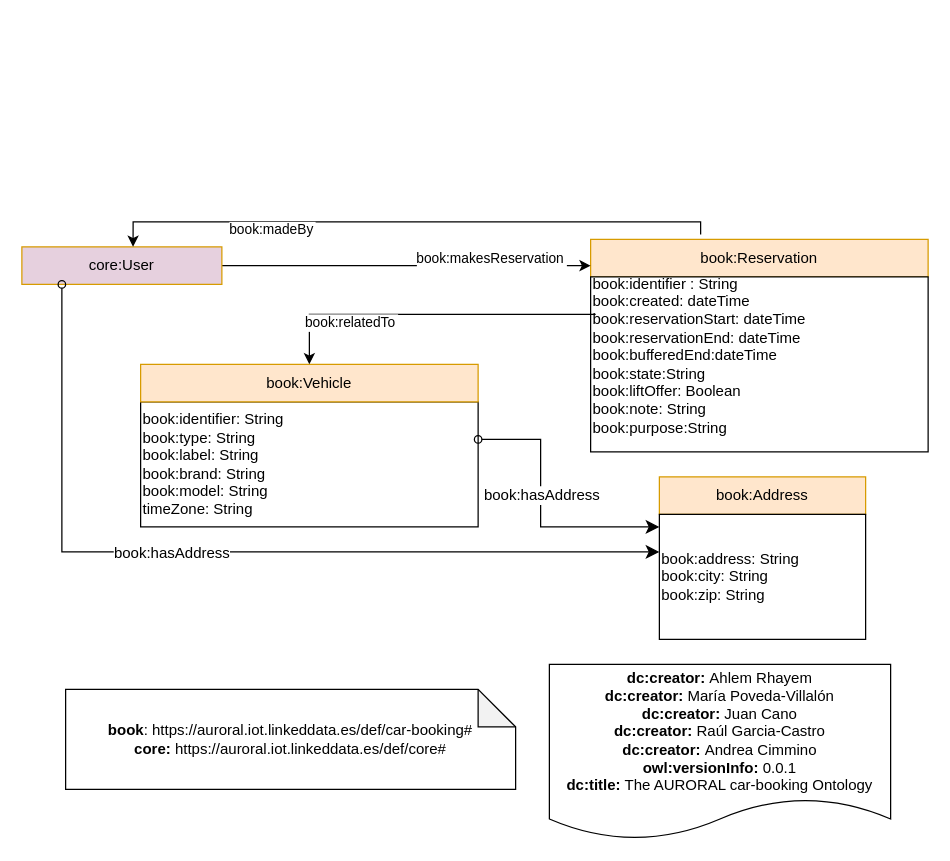
Above: diagrams/reservation.drawio in oeg-upm/auroral-Car-booking-ontology (draw.io), before the change. Source tidied: cells renumbered, new cells numbered last; positions are measured from the earlier drawing's top-left corner, leaving out a move shared by most shapes. Both pictures are drawn from the tidied source at 125%, with x=0, y=0 at pixel (21, 221).
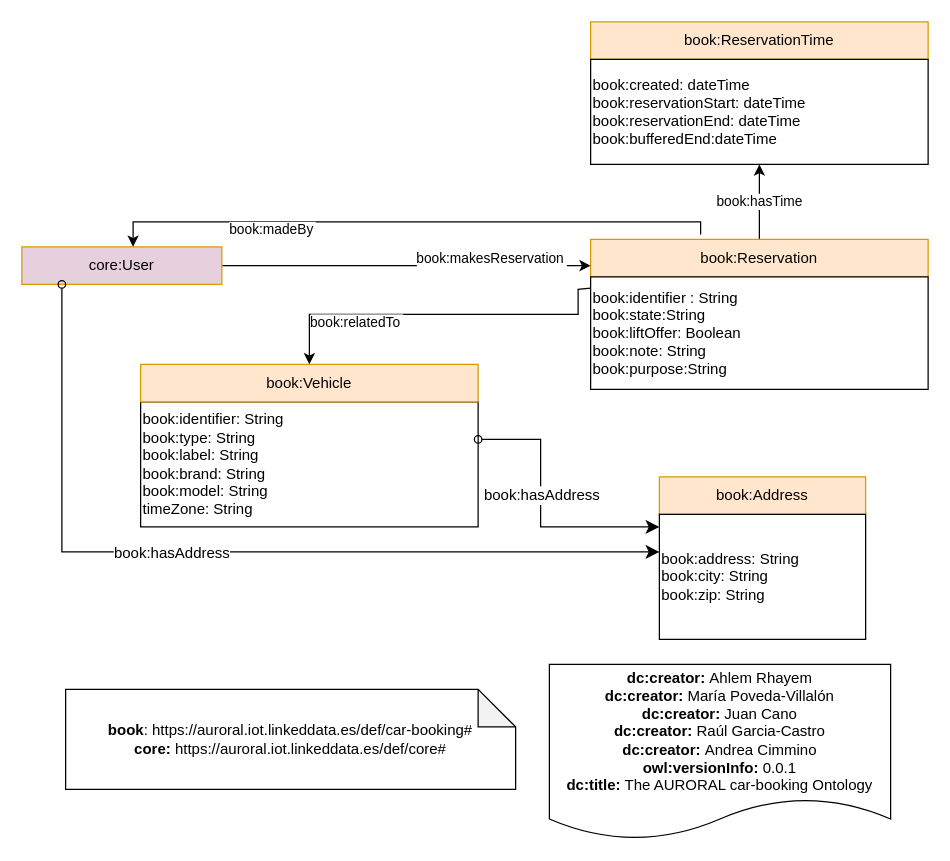
The same page after the edit.

The change refers to these unchanged cells:
```xml
<mxCell id="5" value="book:Vehicle" style="rounded=0;whiteSpace=wrap;html=1;snapToPoint=1;points=[[0.1,0],[0.2,0],[0.3,0],[0.4,0],[0.5,0],[0.6,0],[0.7,0],[0.8,0],[0.9,0],[0,0.1],[0,0.3],[0,0.5],[0,0.7],[0,0.9],[0.1,1],[0.2,1],[0.3,1],[0.4,1],[0.5,1],[0.6,1],[0.7,1],[0.8,1],[0.9,1],[1,0.1],[1,0.3],[1,0.5],[1,0.7],[1,0.9]];fillColor=#ffe6cc;strokeColor=#d79b00;shadow=0;" parent="1" vertex="1">
  <mxGeometry x="95" y="114" width="270" height="30" as="geometry" />
</mxCell>
<mxCell id="6" value="book:Reservation" style="rounded=0;whiteSpace=wrap;html=1;snapToPoint=1;points=[[0.1,0],[0.2,0],[0.3,0],[0.4,0],[0.5,0],[0.6,0],[0.7,0],[0.8,0],[0.9,0],[0,0.1],[0,0.3],[0,0.5],[0,0.7],[0,0.9],[0.1,1],[0.2,1],[0.3,1],[0.4,1],[0.5,1],[0.6,1],[0.7,1],[0.8,1],[0.9,1],[1,0.1],[1,0.3],[1,0.5],[1,0.7],[1,0.9]];fillColor=#ffe6cc;strokeColor=#d79b00;shadow=0;" parent="1" vertex="1">
  <mxGeometry x="455" y="14" width="270" height="30" as="geometry" />
</mxCell>
```

Diff of the diagram source:
```diff
@@
+    <mxCell id="18" value="book:hasTime" style="edgeStyle=orthogonalEdgeStyle;rounded=0;jettySize=auto;html=1;" parent="1" edge="1" source="6" target="20">
+      <mxGeometry relative="1" as="geometry" />
+    </mxCell>
@@
-    <mxCell id="8" value="book:identifier : String&lt;br&gt;book:created: dateTime&lt;br&gt;book:reservationStart: dateTime&lt;br&gt;book:reservationEnd: dateTime&lt;br&gt;book:bufferedEnd:dateTime&lt;br&gt;book:state:String&lt;br&gt;book:liftOffer: Boolean&lt;br&gt;book:note: String&lt;br&gt;book:purpose:String&lt;br&gt;&amp;nbsp;" style="rounded=0;whiteSpace=wrap;html=1;snapToPoint=1;points=[[0.1,0],[0.2,0],[0.3,0],[0.4,0],[0.5,0],[0.6,0],[0.7,0],[0.8,0],[0.9,0],[0,0.1],[0,0.3],[0,0.5],[0,0.7],[0,0.9],[0.1,1],[0.2,1],[0.3,1],[0.4,1],[0.5,1],[0.6,1],[0.7,1],[0.8,1],[0.9,1],[1,0.1],[1,0.3],[1,0.5],[1,0.7],[1,0.9]];align=left;" parent="1" vertex="1">
-      <mxGeometry x="455" y="44" width="270" height="140" as="geometry" />
+    <mxCell id="8" value="book:identifier : String&lt;br&gt;book:state:String&lt;br&gt;book:liftOffer: Boolean&lt;br&gt;book:note: String&lt;br&gt;book:purpose:String" style="rounded=0;whiteSpace=wrap;html=1;snapToPoint=1;points=[[0.1,0],[0.2,0],[0.3,0],[0.4,0],[0.5,0],[0.6,0],[0.7,0],[0.8,0],[0.9,0],[0,0.1],[0,0.3],[0,0.5],[0,0.7],[0,0.9],[0.1,1],[0.2,1],[0.3,1],[0.4,1],[0.5,1],[0.6,1],[0.7,1],[0.8,1],[0.9,1],[1,0.1],[1,0.3],[1,0.5],[1,0.7],[1,0.9]];align=left;" parent="1" vertex="1">
+      <mxGeometry x="455" y="44" width="270" height="90" as="geometry" />
     </mxCell>
@@
-    <mxCell id="10" value="book:relatedTo" style="edgeStyle=orthogonalEdgeStyle;rounded=0;jettySize=auto;endArrow=classic;endFill=1;exitX=0.015;exitY=0.214;exitDx=0;exitDy=0;exitPerimeter=0;" parent="1" edge="1" source="8" target="5">
+    <mxCell id="10" value="book:relatedTo" style="edgeStyle=orthogonalEdgeStyle;rounded=0;jettySize=auto;endArrow=classic;endFill=1;" parent="1" edge="1" source="8" target="5">
       <mxGeometry x="0.46" y="6" relative="1" as="geometry">
         <Array as="points">
+          <mxPoint x="445" y="54" />
+          <mxPoint x="445" y="74" />
           <mxPoint x="230" y="74" />
         </Array>
       </mxGeometry>
     </mxCell>
@@
+    <mxCell id="19" value="book:ReservationTime" style="rounded=0;whiteSpace=wrap;html=1;fillColor=#ffe6cc;strokeColor=#d79b00;shadow=0;" parent="1" vertex="1">
+      <mxGeometry x="455" y="-160" width="270" height="30" as="geometry" />
+    </mxCell>
+    <mxCell id="20" value="&lt;span&gt;book:created: dateTime&lt;/span&gt;&lt;br&gt;book:reservationStart: dateTime&lt;br&gt;book:reservationEnd: dateTime&lt;br&gt;book:bufferedEnd:dateTime&lt;span&gt;&lt;br&gt;&lt;/span&gt;" style="rounded=0;whiteSpace=wrap;html=1;snapToPoint=1;points=[[0.1,0],[0.2,0],[0.3,0],[0.4,0],[0.5,0],[0.6,0],[0.7,0],[0.8,0],[0.9,0],[0,0.1],[0,0.3],[0,0.5],[0,0.7],[0,0.9],[0.1,1],[0.2,1],[0.3,1],[0.4,1],[0.5,1],[0.6,1],[0.7,1],[0.8,1],[0.9,1],[1,0.1],[1,0.3],[1,0.5],[1,0.7],[1,0.9]];align=left;" parent="1" vertex="1">
+      <mxGeometry x="455" y="-130" width="270" height="84" as="geometry" />
+    </mxCell>
```
